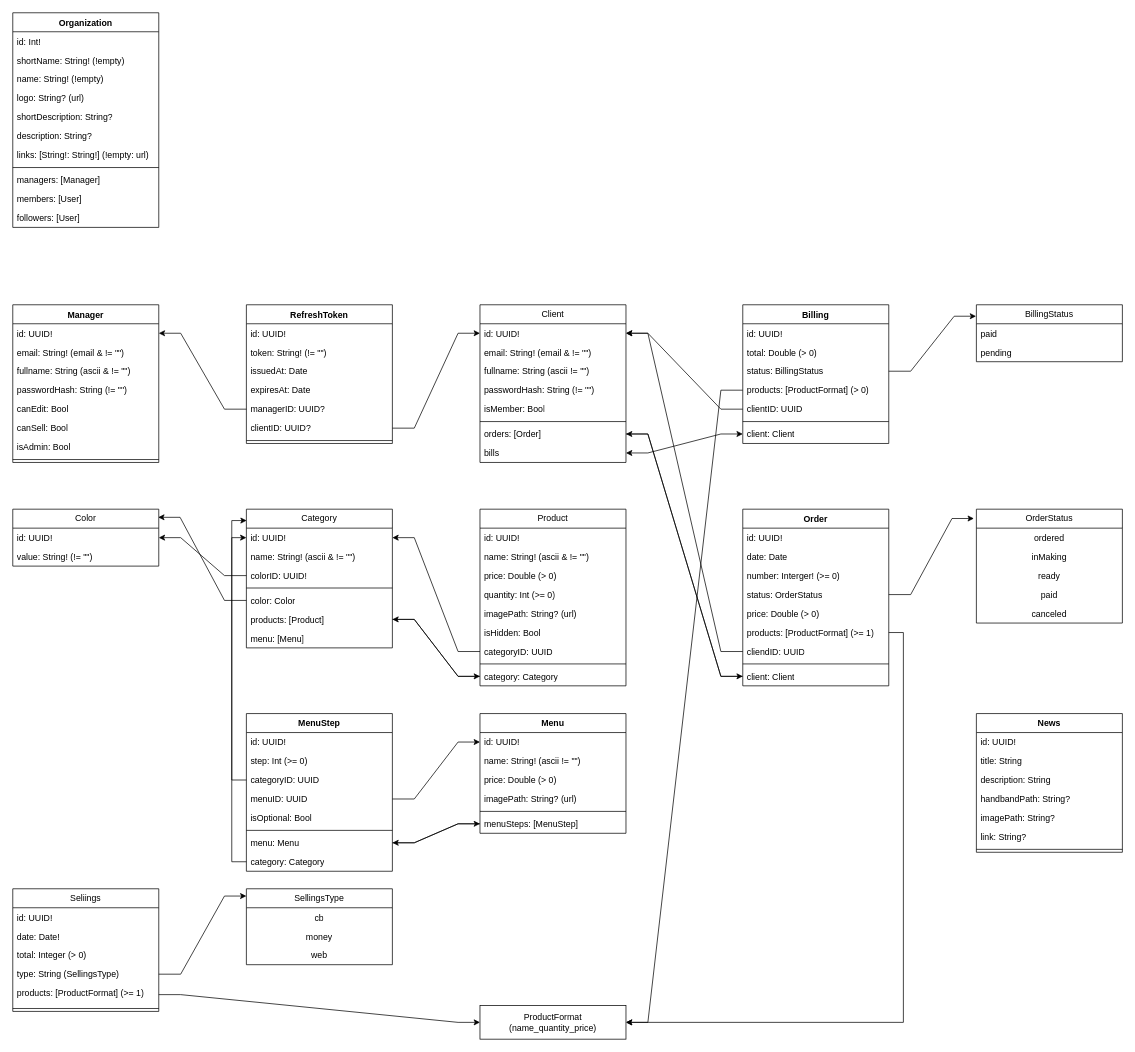
Above: Labeli DB.drawio in FlorianClaisse/drawio (draw.io), before the change. Source tidied: cells renumbered, new cells numbered last; positions are measured from the earlier drawing's top-left corner, leaving out a move shared by most shapes. Both pictures are drawn from the tidied source at 73%, with x=0, y=0 at pixel (12, 12).
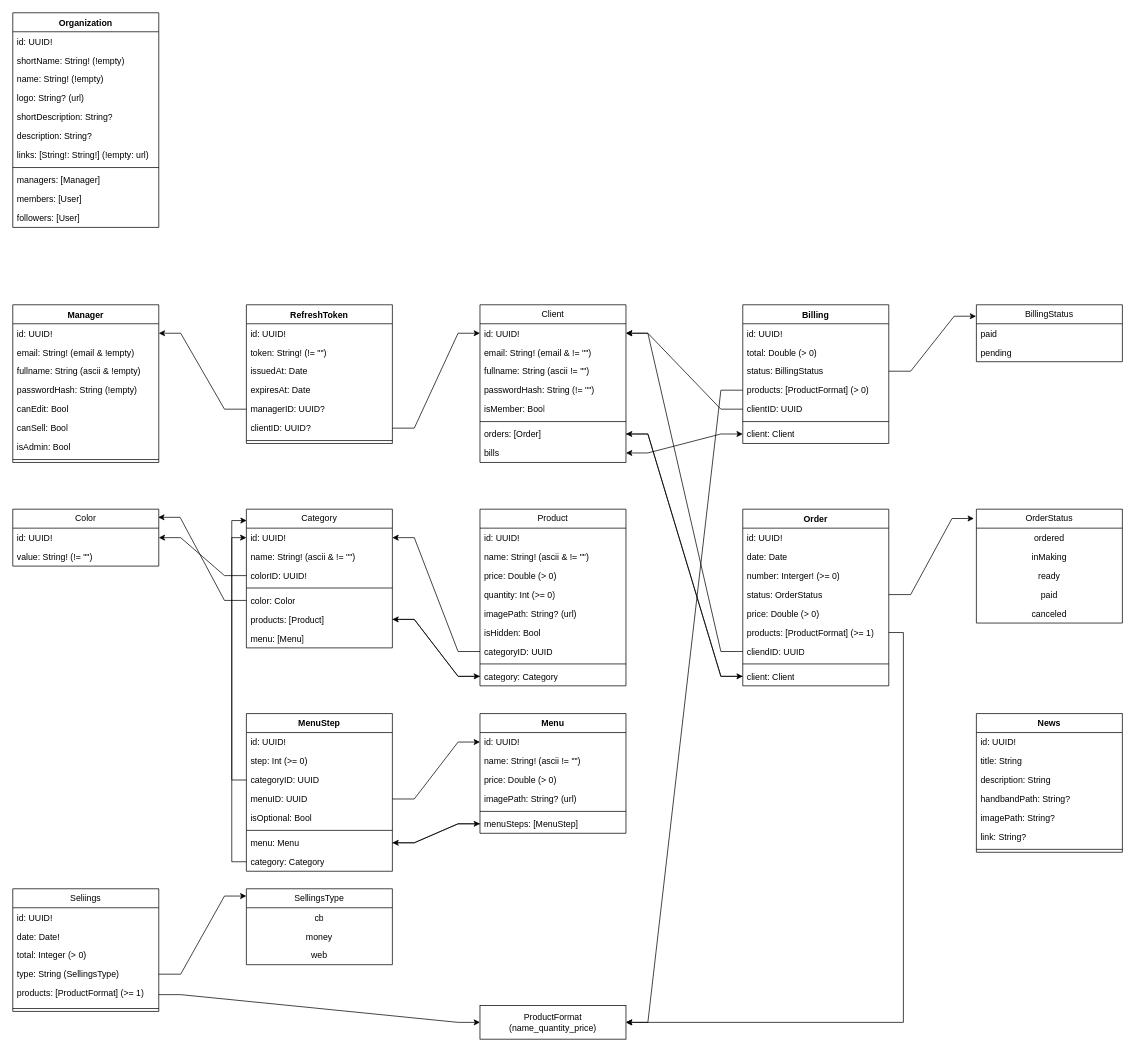
After the change.

Commit message (it also covers changes not shown here):
Mettre à jour Labeli DB.drawio

Unchanged cells that the change refers to:
```xml
<mxCell id="36" value="Manager" style="swimlane;fontStyle=1;align=center;verticalAlign=top;horizontal=1;startSize=26;whiteSpace=wrap;html=1;" parent="1" vertex="1">
  <mxGeometry y="400" width="200" height="216" as="geometry" />
</mxCell>
<mxCell id="135" value="Organization" style="swimlane;fontStyle=1;align=center;verticalAlign=top;horizontal=1;startSize=26;whiteSpace=wrap;html=1;" parent="1" vertex="1">
  <mxGeometry width="200" height="294" as="geometry" />
</mxCell>
```

Change to the diagram source:
```diff
@@
-    <mxCell id="38" value="email: String! (email &amp;amp; != &quot;&quot;)" style="text;strokeColor=none;fillColor=none;align=left;verticalAlign=top;spacingLeft=4;spacingRight=4;overflow=hidden;whiteSpace=wrap;html=1;" parent="36" vertex="1">
+    <mxCell id="38" value="email: String! (email &amp;amp; !empty)" style="text;strokeColor=none;fillColor=none;align=left;verticalAlign=top;spacingLeft=4;spacingRight=4;overflow=hidden;whiteSpace=wrap;html=1;" parent="36" vertex="1">
       <mxGeometry y="52" width="200" height="26" as="geometry" />
     </mxCell>
-    <mxCell id="39" value="fullname: String (ascii &amp;amp; != &quot;&quot;)" style="text;strokeColor=none;fillColor=none;align=left;verticalAlign=top;spacingLeft=4;spacingRight=4;overflow=hidden;whiteSpace=wrap;html=1;" parent="36" vertex="1">
+    <mxCell id="39" value="fullname: String (ascii &amp;amp; !empty)" style="text;strokeColor=none;fillColor=none;align=left;verticalAlign=top;spacingLeft=4;spacingRight=4;overflow=hidden;whiteSpace=wrap;html=1;" parent="36" vertex="1">
       <mxGeometry y="78" width="200" height="26" as="geometry" />
     </mxCell>
-    <mxCell id="40" value="passwordHash: String (!= &quot;&quot;)" style="text;strokeColor=none;fillColor=none;align=left;verticalAlign=top;spacingLeft=4;spacingRight=4;overflow=hidden;whiteSpace=wrap;html=1;" parent="36" vertex="1">
+    <mxCell id="40" value="passwordHash: String (!empty)" style="text;strokeColor=none;fillColor=none;align=left;verticalAlign=top;spacingLeft=4;spacingRight=4;overflow=hidden;whiteSpace=wrap;html=1;" parent="36" vertex="1">
       <mxGeometry y="104" width="200" height="26" as="geometry" />
     </mxCell>
@@
-    <mxCell id="136" value="id: Int!" style="text;strokeColor=none;fillColor=none;align=left;verticalAlign=top;spacingLeft=4;spacingRight=4;overflow=hidden;whiteSpace=wrap;html=1;" parent="135" vertex="1">
+    <mxCell id="136" value="id: UUID!" style="text;strokeColor=none;fillColor=none;align=left;verticalAlign=top;spacingLeft=4;spacingRight=4;overflow=hidden;whiteSpace=wrap;html=1;" parent="135" vertex="1">
       <mxGeometry y="26" width="200" height="26" as="geometry" />
     </mxCell>
```
